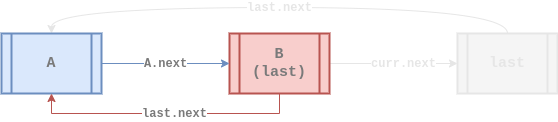
Above: assets/data-structure/linked-list/cll-singly-remove-at3.png in euisblue/vue-blog (draw.io), before the change. Source tidied: cells renumbered, new cells last; positions are measured from the earlier drawing's top-left corner, leaving out a move shared by most shapes.
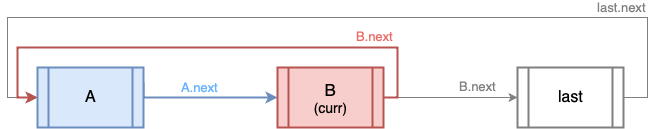
After the commit.

The edit, as a diff of the source:
```diff
@@ -2,34 +2,47 @@
   <root>
     <mxCell id="0" />
     <mxCell id="1" parent="0" />
-    <mxCell id="2" value="&lt;b style=&quot;font-size: 11px ; font-style: normal ; letter-spacing: normal ; text-align: center ; text-indent: 0px ; text-transform: none ; word-spacing: 0px ; font-family: &amp;#34;courier new&amp;#34;&quot;&gt;&lt;font style=&quot;font-size: 12px&quot; color=&quot;#e6e6e6&quot;&gt;last.next&lt;/font&gt;&lt;/b&gt;" style="edgeStyle=orthogonalEdgeStyle;rounded=0;jettySize=auto;html=1;exitX=0.5;exitY=0;exitDx=0;exitDy=0;entryX=0.5;entryY=0;entryDx=0;entryDy=0;curved=1;fillColor=#f5f5f5;strokeColor=#E6E6E6;" parent="1" edge="1" source="3" target="7">
-      <mxGeometry relative="1" as="geometry">
+    <mxCell id="2" value="&lt;font color=&quot;#66b2ff&quot; size=&quot;2&quot;&gt;&lt;span&gt;A.next&lt;/span&gt;&lt;/font&gt;" style="edgeStyle=orthogonalEdgeStyle;rounded=0;jettySize=auto;html=1;exitX=1;exitY=0.25;exitDx=0;exitDy=0;entryX=0;entryY=0.5;entryDx=0;entryDy=0;fillColor=#dae8fc;strokeColor=#6c8ebf;strokeWidth=2;labelBackgroundColor=none;labelBorderColor=none;fontFamily=Helvetica;" parent="1" edge="1" source="3" target="5">
+      <mxGeometry x="-0.04" y="10" relative="1" as="geometry">
         <Array as="points">
-          <mxPoint x="506" />
-          <mxPoint x="50" />
+          <mxPoint x="87" y="359" />
         </Array>
       </mxGeometry>
     </mxCell>
-    <mxCell id="3" value="&lt;b&gt;&lt;font style=&quot;font-size: 15px ; font-style: normal&quot; face=&quot;Courier New&quot; color=&quot;#e6e6e6&quot;&gt;last&lt;/font&gt;&lt;/b&gt;" style="shape=process;whiteSpace=wrap;html=1;backgroundOutline=1;fillColor=#f5f5f5;gradientDirection=east;strokeWidth=2;shadow=0;glass=0;sketch=0;fontStyle=2;fontColor=#333333;strokeColor=#E6E6E6;" parent="1" vertex="1">
-      <mxGeometry x="456" y="26" width="100" height="60" as="geometry" />
+    <mxCell id="3" value="&lt;font&gt;&lt;font size=&quot;3&quot;&gt;A&lt;/font&gt;&lt;br&gt;&lt;/font&gt;" style="shape=process;whiteSpace=wrap;html=1;backgroundOutline=1;strokeWidth=2;fillColor=#dae8fc;strokeColor=#6c8ebf;fontStyle=0;fontFamily=Helvetica;fontSize=14;labelBackgroundColor=none;labelBorderColor=none;" parent="1" vertex="1">
+      <mxGeometry x="-19" y="329" width="106" height="60" as="geometry" />
     </mxCell>
-    <mxCell id="4" value="&lt;b style=&quot;font-size: 11px ; letter-spacing: normal ; text-align: center ; text-indent: 0px ; text-transform: none ; word-spacing: 0px ; font-family: &amp;#34;courier new&amp;#34;&quot;&gt;&lt;font style=&quot;font-size: 12px&quot; color=&quot;#e6e6e6&quot;&gt;curr.next&lt;/font&gt;&lt;/b&gt;" style="rounded=0;sketch=0;jettySize=auto;html=1;exitX=1;exitY=0.5;exitDx=0;exitDy=0;entryX=0;entryY=0.5;entryDx=0;entryDy=0;strokeWidth=1;fillColor=#f8cecc;fontStyle=0;strokeColor=#E6E6E6;" parent="1" edge="1" source="5" target="3">
-      <mxGeometry x="0.16" relative="1" as="geometry" />
+    <mxCell id="4" value="&lt;font style=&quot;font-size: 13px ; line-height: 95%&quot; color=&quot;#808080&quot;&gt;B.next&lt;/font&gt;" style="edgeStyle=orthogonalEdgeStyle;rounded=0;jettySize=auto;html=1;exitX=1;exitY=0.5;exitDx=0;exitDy=0;entryX=0;entryY=0.5;entryDx=0;entryDy=0;fillColor=#f8cecc;strokeWidth=1;labelBackgroundColor=none;labelBorderColor=none;fontFamily=Helvetica;align=center;strokeColor=#808080;" parent="1" edge="1" source="5" target="7">
+      <mxGeometry x="0.4" y="10" relative="1" as="geometry">
+        <Array as="points">
+          <mxPoint x="361" y="359" />
+          <mxPoint x="361" y="359" />
+        </Array>
+      </mxGeometry>
     </mxCell>
-    <mxCell id="5" value="&lt;div&gt;&lt;font color=&quot;#7a7a7a&quot; face=&quot;courier new&quot;&gt;&lt;span style=&quot;font-size: 15px&quot;&gt;B&lt;/span&gt;&lt;/font&gt;&lt;/div&gt;&lt;div&gt;&lt;font color=&quot;#7a7a7a&quot; face=&quot;courier new&quot;&gt;&lt;span style=&quot;font-size: 15px&quot;&gt;(last)&lt;/span&gt;&lt;/font&gt;&lt;/div&gt;" style="shape=process;whiteSpace=wrap;html=1;backgroundOutline=1;fillColor=#f8cecc;strokeColor=#b85450;gradientDirection=east;strokeWidth=2;shadow=0;glass=0;align=center;sketch=0;fontStyle=1;" parent="1" vertex="1">
-      <mxGeometry x="228" y="26" width="100" height="60" as="geometry" />
+    <mxCell id="5" value="&lt;font&gt;&lt;font style=&quot;font-size: 17px&quot;&gt;B&lt;br&gt;&lt;/font&gt;(curr)&lt;br&gt;&lt;/font&gt;" style="shape=process;whiteSpace=wrap;html=1;backgroundOutline=1;strokeWidth=2;fillColor=#f8cecc;strokeColor=#b85450;fontStyle=0;fontFamily=Helvetica;fontSize=14;labelBackgroundColor=none;labelBorderColor=none;" parent="1" vertex="1">
+      <mxGeometry x="221" y="329" width="106" height="60" as="geometry" />
     </mxCell>
-    <mxCell id="6" value="&lt;font color=&quot;#7a7a7a&quot; face=&quot;courier new&quot;&gt;&lt;span style=&quot;font-size: 12px&quot;&gt;&lt;b&gt;A.next&lt;/b&gt;&lt;/span&gt;&lt;/font&gt;" style="edgeStyle=orthogonalEdgeStyle;curved=1;rounded=0;jettySize=auto;html=1;exitX=1;exitY=0.5;exitDx=0;exitDy=0;entryX=0;entryY=0.5;entryDx=0;entryDy=0;fillColor=#dae8fc;strokeColor=#6c8ebf;" parent="1" edge="1" source="7" target="5">
-      <mxGeometry relative="1" as="geometry" />
+    <mxCell id="6" value="&lt;font face=&quot;helvetica&quot; size=&quot;2&quot; color=&quot;#808080&quot;&gt;last.next&lt;/font&gt;" style="edgeStyle=orthogonalEdgeStyle;rounded=0;jettySize=auto;html=1;exitX=1;exitY=0.5;exitDx=0;exitDy=0;labelBackgroundColor=none;strokeWidth=1;fontFamily=Helvetica;fontColor=#666666;align=center;fillColor=#e1d5e7;entryX=0;entryY=0.5;entryDx=0;entryDy=0;strokeColor=#808080;" parent="1" edge="1" source="7" target="3">
+      <mxGeometry x="-0.7" y="-10" relative="1" as="geometry">
+        <Array as="points">
+          <mxPoint x="591" y="359" />
+          <mxPoint x="591" y="279" />
+          <mxPoint x="-49" y="279" />
+          <mxPoint x="-49" y="359" />
+        </Array>
+      </mxGeometry>
     </mxCell>
-    <mxCell id="7" value="&lt;div&gt;&lt;font color=&quot;#7a7a7a&quot; face=&quot;courier new&quot;&gt;&lt;span style=&quot;font-size: 15px&quot;&gt;A&lt;/span&gt;&lt;/font&gt;&lt;/div&gt;" style="shape=process;whiteSpace=wrap;html=1;backgroundOutline=1;fillColor=#dae8fc;strokeColor=#6c8ebf;gradientDirection=east;strokeWidth=2;shadow=0;glass=0;align=center;sketch=0;fontStyle=1;" parent="1" vertex="1">
-      <mxGeometry y="26" width="100" height="60" as="geometry" />
+    <mxCell id="7" value="&lt;font&gt;&lt;font size=&quot;3&quot;&gt;last&lt;/font&gt;&lt;br&gt;&lt;/font&gt;" style="shape=process;whiteSpace=wrap;html=1;backgroundOutline=1;strokeWidth=2;fillColor=none;fontStyle=0;fontFamily=Helvetica;fontSize=14;labelBackgroundColor=none;labelBorderColor=none;strokeColor=#808080;" parent="1" vertex="1">
+      <mxGeometry x="461" y="329" width="106" height="60" as="geometry" />
     </mxCell>
-    <mxCell id="8" value="&lt;b style=&quot;font-size: 11px ; letter-spacing: normal ; text-align: center ; text-indent: 0px ; text-transform: none ; word-spacing: 0px ; font-family: &amp;#34;courier new&amp;#34;&quot;&gt;&lt;font style=&quot;font-size: 12px&quot; color=&quot;#7a7a7a&quot;&gt;last.next&lt;/font&gt;&lt;/b&gt;" style="rounded=0;sketch=0;jettySize=auto;html=1;exitX=0.5;exitY=1;exitDx=0;exitDy=0;entryX=0.5;entryY=1;entryDx=0;entryDy=0;strokeColor=#b85450;strokeWidth=1;fillColor=#f8cecc;fontStyle=0;edgeStyle=orthogonalEdgeStyle;elbow=vertical;" parent="1" edge="1" source="5" target="7">
-      <mxGeometry x="-0.07" relative="1" as="geometry">
+    <mxCell id="8" value="&lt;font color=&quot;#ea6b66&quot; style=&quot;font-size: 13px ; line-height: 95%&quot;&gt;B.next&lt;/font&gt;" style="edgeStyle=orthogonalEdgeStyle;rounded=0;jettySize=auto;html=1;exitX=1;exitY=0.5;exitDx=0;exitDy=0;entryX=0;entryY=0.5;entryDx=0;entryDy=0;fillColor=#f8cecc;strokeColor=#b85450;strokeWidth=2;labelBackgroundColor=none;labelBorderColor=none;fontFamily=Helvetica;align=center;" parent="1" edge="1" source="5" target="3">
+      <mxGeometry x="-0.66" y="-10" relative="1" as="geometry">
         <Array as="points">
-          <mxPoint x="278" y="106" />
-          <mxPoint x="50" y="106" />
+          <mxPoint x="341" y="359" />
+          <mxPoint x="341" y="309" />
+          <mxPoint x="-39" y="309" />
+          <mxPoint x="-39" y="359" />
         </Array>
       </mxGeometry>
     </mxCell>
```
